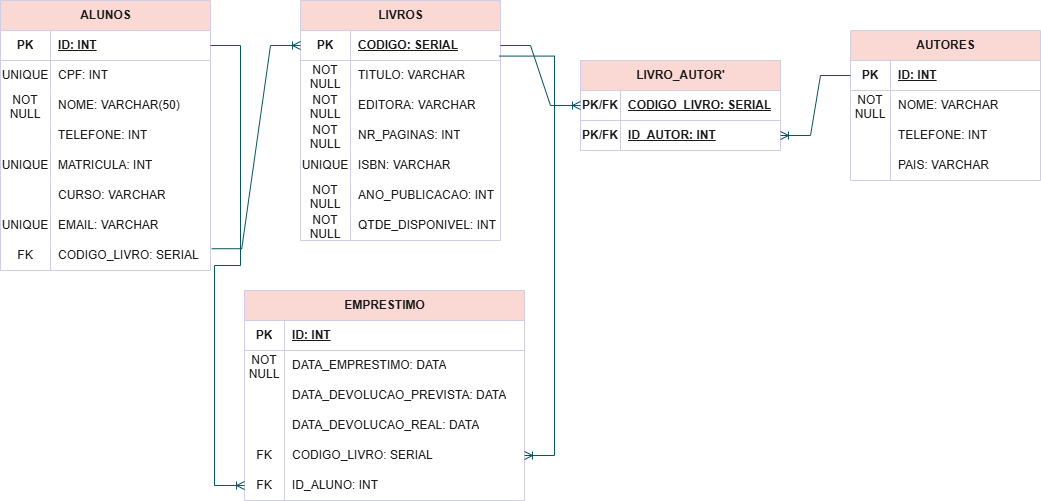
Before: drawio/Sistema da Biblioteca.drawio.png, a diagram exported from draw.io (AliceGeekGirl/Academic-Projects-and-Activities). Source tidied: cells renumbered, new cells last; positions are measured from the earlier drawing's top-left corner, leaving out a move shared by most shapes.
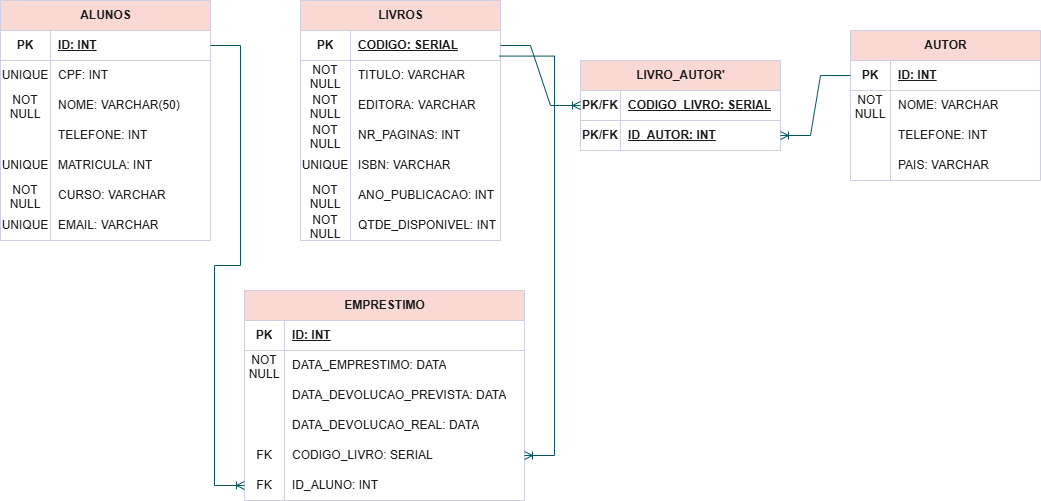
After the change.

Diff of the diagram source:
```diff
@@ -3,7 +3,7 @@
     <mxCell id="0" />
     <mxCell id="1" parent="0" />
     <mxCell id="2" value="ALUNOS" style="shape=table;startSize=30;rowLines=0;fontStyle=1;align=center;html=1;labelBackgroundColor=none;fillColor=#FAD9D5;strokeColor=#D0CEE2;fontColor=#1A1A1A;" parent="1" vertex="1">
-      <mxGeometry width="210" height="270" as="geometry" />
+      <mxGeometry width="210" height="240" as="geometry" />
     </mxCell>
     <mxCell id="3" style="shape=tableRow;horizontal=0;startSize=0;swimlaneHead=0;swimlaneBody=0;fillColor=none;points=[[0,0.5],[1,0.5]];portConstraint=eastwest;top=0;left=0;right=0;bottom=1;labelBackgroundColor=none;strokeColor=#D0CEE2;fontColor=#1A1A1A;" parent="2" vertex="1">
       <mxGeometry y="30" width="210" height="30" as="geometry" />
@@ -53,7 +53,7 @@
     <mxCell id="18" style="shape=tableRow;horizontal=0;startSize=0;swimlaneHead=0;swimlaneBody=0;fillColor=none;top=0;left=0;right=0;bottom=0;labelBackgroundColor=none;strokeColor=#D0CEE2;fontColor=#1A1A1A;" parent="2" vertex="1">
       <mxGeometry y="180" width="210" height="30" as="geometry" />
     </mxCell>
-    <mxCell id="19" style="shape=partialRectangle;fillColor=none;top=0;left=0;bottom=0;right=0;overflow=hidden;whiteSpace=wrap;html=1;labelBackgroundColor=none;strokeColor=#D0CEE2;fontColor=#1A1A1A;" parent="18" vertex="1">
+    <mxCell id="19" value="NOT NULL" style="shape=partialRectangle;fillColor=none;top=0;left=0;bottom=0;right=0;overflow=hidden;whiteSpace=wrap;html=1;labelBackgroundColor=none;strokeColor=#D0CEE2;fontColor=#1A1A1A;" parent="18" vertex="1">
       <mxGeometry width="50" height="30" as="geometry" />
     </mxCell>
     <mxCell id="20" value="CURSO: VARCHAR" style="shape=partialRectangle;fillColor=none;top=0;left=0;bottom=0;right=0;align=left;spacingLeft=6;overflow=hidden;whiteSpace=wrap;html=1;labelBackgroundColor=none;strokeColor=#D0CEE2;fontColor=#1A1A1A;" parent="18" vertex="1">
@@ -68,15 +68,6 @@
     <mxCell id="23" value="EMAIL: VARCHAR" style="shape=partialRectangle;fillColor=none;top=0;left=0;bottom=0;right=0;align=left;spacingLeft=6;overflow=hidden;whiteSpace=wrap;html=1;labelBackgroundColor=none;strokeColor=#D0CEE2;fontColor=#1A1A1A;" parent="21" vertex="1">
       <mxGeometry x="50" width="160" height="30" as="geometry" />
     </mxCell>
-    <mxCell id="24" style="shape=tableRow;horizontal=0;startSize=0;swimlaneHead=0;swimlaneBody=0;fillColor=none;points=[[0,0.5],[1,0.5]];portConstraint=eastwest;top=0;left=0;right=0;bottom=0;labelBackgroundColor=none;strokeColor=#D0CEE2;fontColor=#1A1A1A;" parent="2" vertex="1">
-      <mxGeometry y="240" width="210" height="30" as="geometry" />
-    </mxCell>
-    <mxCell id="25" value="FK" style="shape=partialRectangle;fillColor=none;top=0;left=0;bottom=0;right=0;overflow=hidden;whiteSpace=wrap;html=1;labelBackgroundColor=none;strokeColor=#D0CEE2;fontColor=#1A1A1A;" parent="24" vertex="1">
-      <mxGeometry width="50" height="30" as="geometry" />
-    </mxCell>
-    <mxCell id="26" value="CODIGO_LIVRO: SERIAL" style="shape=partialRectangle;fillColor=none;top=0;left=0;bottom=0;right=0;align=left;spacingLeft=6;overflow=hidden;whiteSpace=wrap;html=1;labelBackgroundColor=none;strokeColor=#D0CEE2;fontColor=#1A1A1A;" parent="24" vertex="1">
-      <mxGeometry x="50" width="160" height="30" as="geometry" />
-    </mxCell>
     <mxCell id="27" value="LIVROS" style="shape=table;startSize=30;rowLines=0;fontStyle=1;align=center;html=1;labelBackgroundColor=none;fillColor=#FAD9D5;strokeColor=#D0CEE2;fontColor=#1A1A1A;" parent="1" vertex="1">
       <mxGeometry x="300" width="200" height="240" as="geometry" />
     </mxCell>
@@ -200,7 +191,7 @@
     <mxCell id="67" value="ID_ALUNO: INT" style="shape=partialRectangle;fillColor=none;top=0;left=0;bottom=0;right=0;align=left;spacingLeft=6;overflow=hidden;whiteSpace=wrap;html=1;labelBackgroundColor=none;strokeColor=#D0CEE2;fontColor=#1A1A1A;" parent="65" vertex="1">
       <mxGeometry x="40" width="240" height="30" as="geometry" />
     </mxCell>
-    <mxCell id="68" value="AUTORES" style="shape=table;startSize=30;rowLines=0;fontStyle=1;align=center;html=1;labelBackgroundColor=none;fillColor=#FAD9D5;strokeColor=#D0CEE2;fontColor=#1A1A1A;" parent="1" vertex="1">
+    <mxCell id="68" value="AUTOR" style="shape=table;startSize=30;rowLines=0;fontStyle=1;align=center;html=1;labelBackgroundColor=none;fillColor=#FAD9D5;strokeColor=#D0CEE2;fontColor=#1A1A1A;" parent="1" vertex="1">
       <mxGeometry x="850" y="30" width="190" height="150" as="geometry" />
     </mxCell>
     <mxCell id="69" style="shape=tableRow;horizontal=0;startSize=0;swimlaneHead=0;swimlaneBody=0;fillColor=none;points=[[0,0.5],[1,0.5]];portConstraint=eastwest;top=0;left=0;right=0;bottom=1;labelBackgroundColor=none;strokeColor=#D0CEE2;fontColor=#1A1A1A;" parent="68" vertex="1">
@@ -260,9 +251,6 @@
     <mxCell id="87" value="ID_AUTOR: INT" style="shape=partialRectangle;fillColor=none;top=0;left=0;bottom=0;right=0;align=left;spacingLeft=6;fontStyle=5;overflow=hidden;whiteSpace=wrap;html=1;labelBackgroundColor=none;strokeColor=#D0CEE2;fontColor=#1A1A1A;" parent="85" vertex="1">
       <mxGeometry x="40" width="160" height="30" as="geometry" />
     </mxCell>
-    <mxCell id="88" style="edgeStyle=entityRelationEdgeStyle;fontSize=12;html=1;endArrow=ERoneToMany;rounded=0;strokeColor=#09555B;fontColor=#1A1A1A;entryX=0;entryY=0.5;entryDx=0;entryDy=0;exitX=1.006;exitY=0.274;exitDx=0;exitDy=0;exitPerimeter=0;" parent="1" edge="1" source="24" target="28">
-      <mxGeometry relative="1" as="geometry" />
-    </mxCell>
     <mxCell id="89" style="edgeStyle=entityRelationEdgeStyle;fontSize=12;html=1;endArrow=ERoneToMany;rounded=0;strokeColor=#09555B;fontColor=#1A1A1A;entryX=0;entryY=0.5;entryDx=0;entryDy=0;exitX=1;exitY=0.5;exitDx=0;exitDy=0;" parent="1" edge="1" source="28" target="82">
       <mxGeometry relative="1" as="geometry" />
     </mxCell>
```
